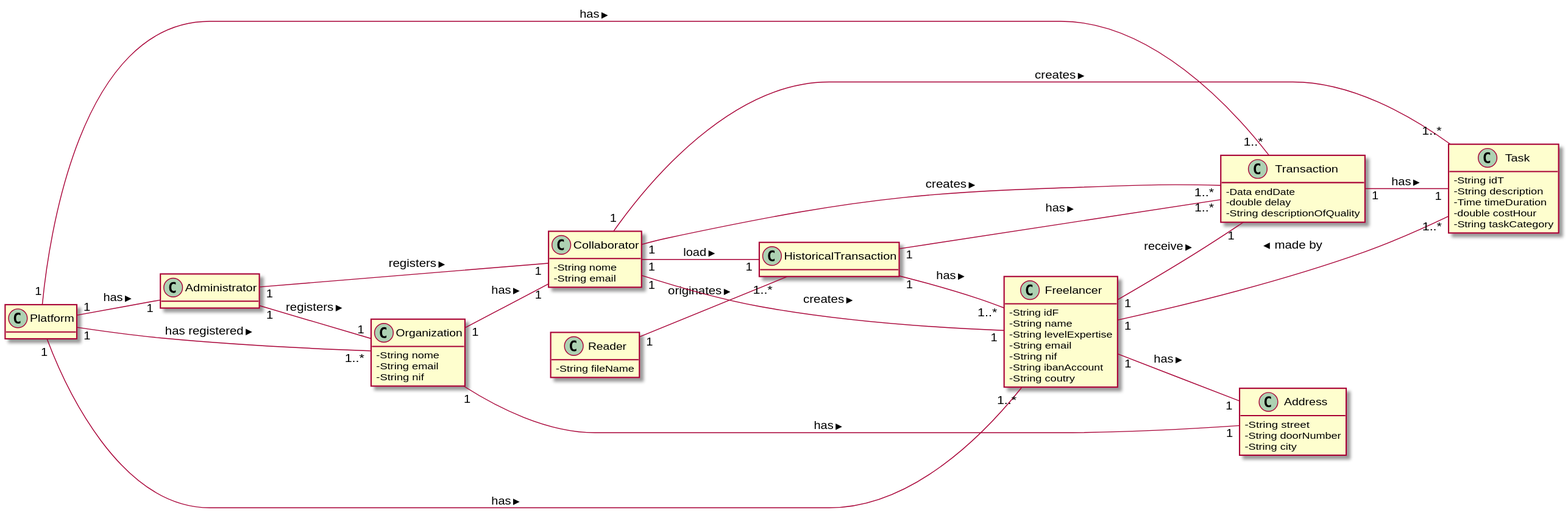
Earlier version of the PlantUML export docs/UC5 - Regist Historical Transaction/UC5_MD.svg (1190452/LAPR2).
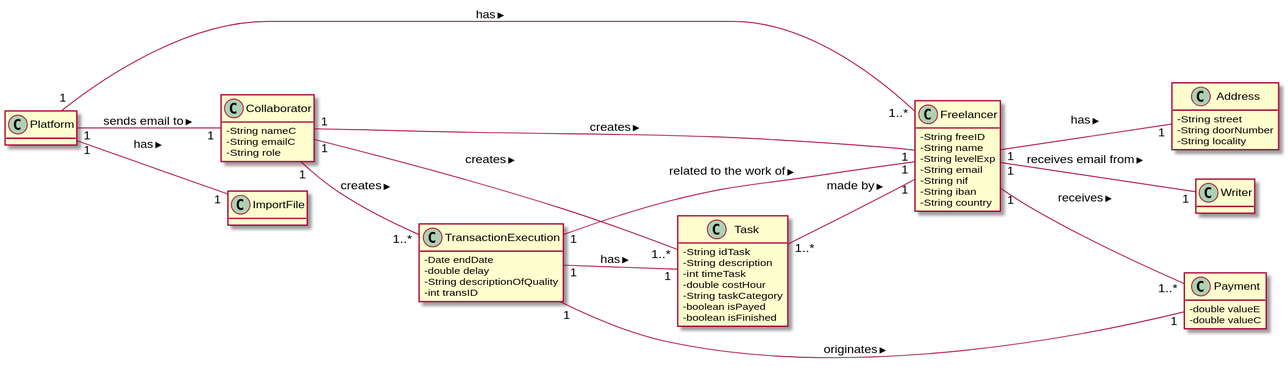
After the commit.

The edit, as a diff of the source:
```diff
@@ -6,83 +6,79 @@
 class Platform{
 }
 class Freelancer {
-  -String idF
+  -String freeID
   -String name
-  -String levelExpertise
+  -String levelExp
   -String email
   -String nif
-  -String ibanAccount
-  -String coutry
+  -String iban
+  -String country
 }
 
-class Organization {
-  -String nome
-  -String email
-  -String nif
-}
 
 class Collaborator{
-  -String nome
-  -String email
+  -String nameC
+  -String emailC
+  -String role
 }
 
 class Task {
-  -String idT
+  -String idTask
   -String description
-  -Time timeDuration
+  -int timeTask
   -double costHour
   -String taskCategory
+  -boolean isPayed
+  -boolean isFinished
 }
 
 
-class Transaction {
-  -Data endDate
+class TransactionExecution {
+  -Date endDate
   -double delay
   -String descriptionOfQuality
+  -int transID
 }
 
 class Address{
   -String street
   -String doorNumber
-  -String city
+  -String locality
 }
 
-class Administrator {
+class Payment{
+  -double valueE
+  -double valueC
 }
 
 
-class Reader {
-  -String fileName
+class ImportFile {
 }
 
-class HistoricalTransaction{
-}
-
-Freelancer "1" -- "1" Transaction: receive >
+Freelancer "1" -- "1..*" Payment: receives >
 Freelancer "1" -- "1" Address: has >
+Freelancer "1" -- "1" Writer: receives email from >
 
 Task "1..*" -- "1" Freelancer: made by >
 
-Platform "1" -- "1..*" Transaction: has >
-Platform "1" -- "1" Administrator: has >
-Platform "1" -- "1..*" Organization: has registered >
 Platform "1" -- "1..*" Freelancer: has >
+Platform "1" -- "1" Collaborator: sends email to >
 
-Organization "1" -- "1" Address: has >
-Organization "1" -- "1" Collaborator: has >
 
-Administrator "1" -- "1" Organization: registers >
-Administrator "1" -- "1" Collaborator: registers >
+Platform "1" -- "1" ImportFile: has >
 
-Transaction "1" -- "1" Task: has >
 
-Reader "1" -- "1..*" HistoricalTransaction: originates >
+TransactionExecution "1" -- "1" Task : has >
+TransactionExecution "1" -- "1" Freelancer: related to the work of >
+TransactionExecution "1" -- "1" Payment : originates >
 
-HistoricalTransaction "1" -- "1..*" Transaction: has >
-HistoricalTransaction "1" -- "1..*" Freelancer: has >
+
+
+
+
+
 
 Collaborator "1" -- "1" Freelancer: creates >
 Collaborator "1" -- "1..*" Task: creates >
-Collaborator "1" -- "1..*" Transaction: creates >
-Collaborator "1" -- "1" HistoricalTransaction: load >
+Collaborator "1" -- "1..*" TransactionExecution: creates >
 @enduml
```
